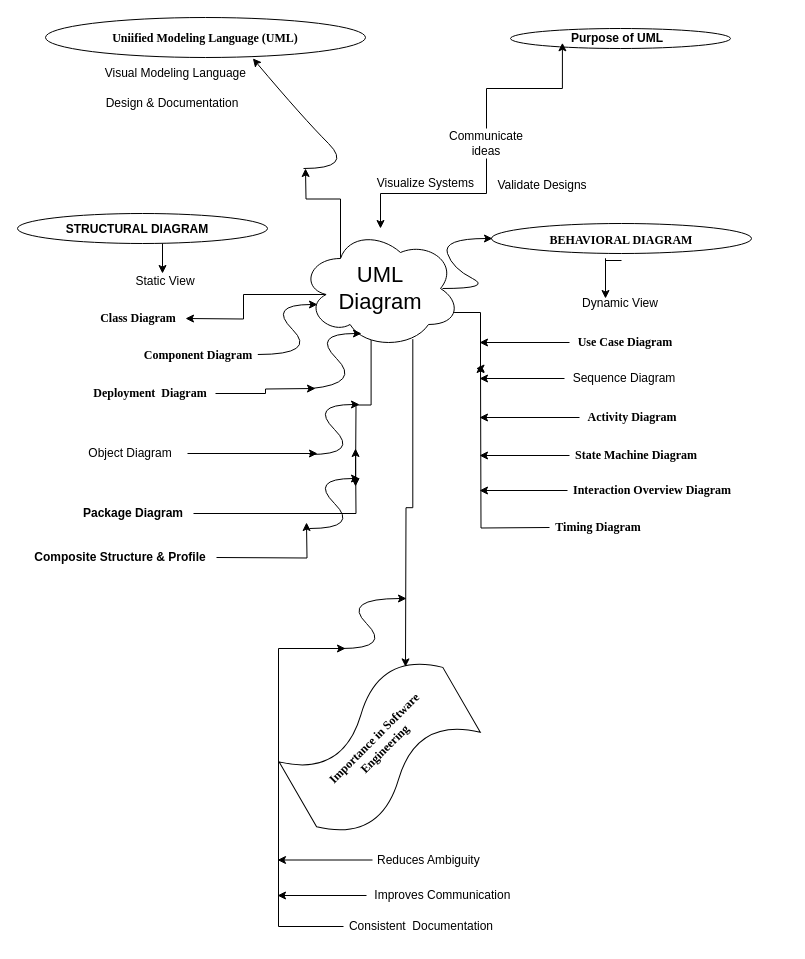
RareGemAF/training keeps this draw.io diagram as UMI MIND MAP.drawio. Above is the earlier version. Source tidied: cells renumbered, new cells numbered last; positions are measured from the earlier drawing's top-left corner, leaving out a move shared by most shapes. Both pictures are drawn from the tidied source at 100%, with x=0, y=0 at pixel (17, 17).
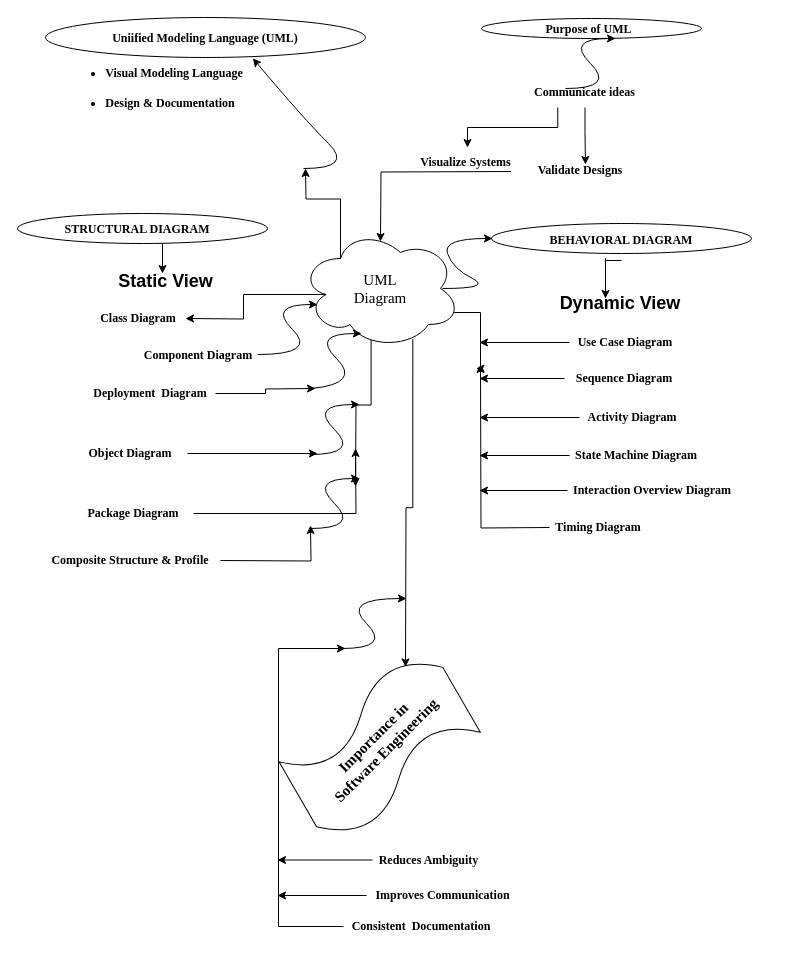
Above is the later version.

Diff of the diagram source:
```diff
@@
-<mxGraphModel>
+<mxGraphModel background="light-dark(#FFFFFF,#99004D)">
@@
     <mxCell id="6" style="ellipse;whiteSpace=wrap;html=1;" parent="1" vertex="1">
-      <mxGeometry x="493" y="11" width="220" height="20" as="geometry" />
+      <mxGeometry x="464" y="1" width="220" height="20" as="geometry" />
     </mxCell>
@@
-    <mxCell id="13" value="&lt;font style=&quot;font-size: 22px; color: light-dark(rgb(0, 0, 0), rgb(255, 102, 102));&quot;&gt;UML&lt;/font&gt;&lt;div&gt;&lt;font style=&quot;font-size: 22px; color: light-dark(rgb(0, 0, 0), rgb(255, 102, 102));&quot;&gt;Diagram&lt;/font&gt;&lt;/div&gt;" style="ellipse;shape=cloud;whiteSpace=wrap;html=1;" parent="1" vertex="1">
+    <mxCell id="13" value="&lt;font style=&quot;color: light-dark(rgb(0, 0, 0), rgb(255, 255, 255));&quot;&gt;UML&lt;/font&gt;&lt;div&gt;&lt;font style=&quot;color: light-dark(rgb(0, 0, 0), rgb(255, 255, 255));&quot;&gt;Diagram&lt;/font&gt;&lt;/div&gt;" style="ellipse;shape=cloud;whiteSpace=wrap;html=1;fontSize=15;fontFamily=Times New Roman;" parent="1" vertex="1">
       <mxGeometry x="283" y="211" width="160" height="120" as="geometry" />
     </mxCell>
-    <mxCell id="14" value="Purpose of UML" style="text;html=1;whiteSpace=wrap;strokeColor=none;fillColor=none;align=center;verticalAlign=middle;rounded=0;fontSize=12;fontStyle=1;fontColor=light-dark(#000000,#FF6666);" parent="1" vertex="1">
-      <mxGeometry x="430" y="11" width="340" height="20" as="geometry" />
+    <mxCell id="14" value="Purpose of UML" style="text;html=1;whiteSpace=wrap;strokeColor=none;fillColor=none;align=center;verticalAlign=middle;rounded=0;fontSize=12;fontStyle=1;fontColor=light-dark(#000000,#FFFFFF);fontFamily=Times New Roman;" parent="1" vertex="1">
+      <mxGeometry x="513" y="2" width="117" height="20" as="geometry" />
     </mxCell>
-    <mxCell id="15" style="edgeStyle=orthogonalEdgeStyle;rounded=0;jettySize=auto;html=1;exitX=0.5;exitY=1;exitDx=0;exitDy=0;" parent="1" edge="1" source="16" target="13">
-      <mxGeometry relative="1" as="geometry" />
+    <mxCell id="15" style="edgeStyle=orthogonalEdgeStyle;rounded=0;orthogonalLoop=1;jettySize=auto;html=1;exitX=0.5;exitY=1;exitDx=0;exitDy=0;" parent="1" edge="1">
+      <mxGeometry relative="1" as="geometry">
+        <mxPoint x="493.5" y="154" as="sourcePoint" />
+        <mxPoint x="363" y="224" as="targetPoint" />
+      </mxGeometry>
     </mxCell>
+    <mxCell id="64" style="edgeStyle=orthogonalEdgeStyle;rounded=0;jettySize=auto;html=1;exitX=0.25;exitY=1;exitDx=0;exitDy=0;" parent="1" edge="1" source="16" target="18">
+      <mxGeometry relative="1" as="geometry" />
+    </mxCell>
-    <mxCell id="16" value="Communicate ideas" style="text;html=1;whiteSpace=wrap;strokeColor=none;fillColor=none;align=center;verticalAlign=middle;rounded=0;" parent="1" vertex="1">
-      <mxGeometry x="439" y="111" width="60" height="30" as="geometry" />
+    <mxCell id="16" value="Communicate ideas" style="text;html=1;whiteSpace=wrap;strokeColor=none;fillColor=none;align=center;verticalAlign=middle;rounded=0;fontStyle=1;fontFamily=Times New Roman;" parent="1" vertex="1">
+      <mxGeometry x="513" y="60" width="109" height="30" as="geometry" />
     </mxCell>
-    <mxCell id="17" style="edgeStyle=orthogonalEdgeStyle;rounded=0;jettySize=auto;html=1;exitX=0.5;exitY=0;exitDx=0;exitDy=0;entryX=0.338;entryY=0.714;entryDx=0;entryDy=0;entryPerimeter=0;" parent="1" edge="1" source="16" target="14">
-      <mxGeometry relative="1" as="geometry" />
-    </mxCell>
-    <mxCell id="18" value="Visualize Systems&amp;nbsp;" style="text;html=1;whiteSpace=wrap;strokeColor=none;fillColor=none;align=center;verticalAlign=middle;rounded=0;" parent="1" vertex="1">
-      <mxGeometry x="345" y="151" width="130" height="30" as="geometry" />
+    <mxCell id="18" value="Visualize Systems&amp;nbsp;" style="text;html=1;whiteSpace=wrap;strokeColor=none;fillColor=none;align=center;verticalAlign=middle;rounded=0;fontStyle=1;fontFamily=Times New Roman;" parent="1" vertex="1">
+      <mxGeometry x="385" y="130" width="130" height="30" as="geometry" />
     </mxCell>
-    <mxCell id="19" value="Validate Designs" style="text;html=1;whiteSpace=wrap;strokeColor=none;fillColor=none;align=center;verticalAlign=middle;rounded=0;" parent="1" vertex="1">
-      <mxGeometry x="460" y="153" width="130" height="30" as="geometry" />
+    <mxCell id="19" value="Validate Designs" style="text;html=1;whiteSpace=wrap;strokeColor=none;fillColor=none;align=center;verticalAlign=middle;rounded=0;fontStyle=1;fontFamily=Times New Roman;" parent="1" vertex="1">
+      <mxGeometry x="498" y="138" width="130" height="30" as="geometry" />
     </mxCell>
@@
-    <mxCell id="21" value="BEHAVIORAL DIAGRAM" style="text;html=1;whiteSpace=wrap;strokeColor=none;fillColor=none;align=center;verticalAlign=middle;rounded=0;fontSize=12;fontFamily=Times New Roman;fontStyle=1;fontColor=light-dark(#000000,#FF6666);" parent="1" vertex="1">
+    <mxCell id="21" value="BEHAVIORAL DIAGRAM" style="text;html=1;whiteSpace=wrap;strokeColor=none;fillColor=none;align=center;verticalAlign=middle;rounded=0;fontSize=12;fontFamily=Times New Roman;fontStyle=1;fontColor=light-dark(#000000,#FFFFFF);" parent="1" vertex="1">
       <mxGeometry x="514" y="203" width="180" height="40" as="geometry" />
     </mxCell>
-    <mxCell id="22" value="Dynamic View" style="text;html=1;whiteSpace=wrap;strokeColor=none;fillColor=none;align=center;verticalAlign=middle;rounded=0;fontColor=light-dark(#000000,#00CC00);" parent="1" vertex="1">
-      <mxGeometry x="558" y="271" width="90" height="30" as="geometry" />
+    <mxCell id="22" value="Dynamic View" style="text;html=1;whiteSpace=wrap;strokeColor=none;fillColor=none;align=center;verticalAlign=middle;rounded=0;fontColor=light-dark(#000000,#000000);fontSize=18;fontStyle=1;" parent="1" vertex="1">
+      <mxGeometry x="540" y="271" width="126" height="30" as="geometry" />
     </mxCell>
@@
-    <mxCell id="26" value="Sequence Diagram" style="text;html=1;whiteSpace=wrap;strokeColor=none;fillColor=none;align=center;verticalAlign=middle;rounded=0;" parent="1" vertex="1">
+    <mxCell id="26" value="Sequence Diagram" style="text;html=1;whiteSpace=wrap;strokeColor=none;fillColor=none;align=center;verticalAlign=middle;rounded=0;fontFamily=Times New Roman;fontStyle=1;" parent="1" vertex="1">
       <mxGeometry x="547" y="346" width="120" height="30" as="geometry" />
     </mxCell>
@@
-    <mxCell id="35" value="Importance in Software Engineering" style="text;html=1;whiteSpace=wrap;strokeColor=none;fillColor=none;align=center;verticalAlign=middle;rounded=0;fontStyle=1;fontFamily=Times New Roman;fontColor=light-dark(#000000,#FF6666);fontSize=12;rotation=-45;" parent="1" vertex="1">
+    <mxCell id="35" value="Importance in Software Engineering" style="text;html=1;whiteSpace=wrap;strokeColor=none;fillColor=none;align=center;verticalAlign=middle;rounded=0;fontStyle=1;fontFamily=Times New Roman;fontColor=light-dark(#000000,#FFFFFF);fontSize=15;rotation=-45;" parent="1" vertex="1">
       <mxGeometry x="287.2" y="711" width="150" height="30" as="geometry" />
     </mxCell>
@@
-    <mxCell id="37" value="Reduces Ambiguity&amp;nbsp;" style="text;html=1;whiteSpace=wrap;strokeColor=none;fillColor=none;align=center;verticalAlign=middle;rounded=0;" parent="1" vertex="1">
+    <mxCell id="37" value="Reduces Ambiguity&amp;nbsp;" style="text;html=1;whiteSpace=wrap;strokeColor=none;fillColor=none;align=center;verticalAlign=middle;rounded=0;fontStyle=1;fontFamily=Times New Roman;" parent="1" vertex="1">
       <mxGeometry x="353" y="828" width="120" height="30" as="geometry" />
     </mxCell>
@@
-    <mxCell id="39" value="Improves Communication&amp;nbsp;" style="text;html=1;whiteSpace=wrap;strokeColor=none;fillColor=none;align=center;verticalAlign=middle;rounded=0;" parent="1" vertex="1">
+    <mxCell id="39" value="Improves Communication&amp;nbsp;" style="text;html=1;whiteSpace=wrap;strokeColor=none;fillColor=none;align=center;verticalAlign=middle;rounded=0;fontStyle=1;fontFamily=Times New Roman;" parent="1" vertex="1">
       <mxGeometry x="347" y="863" width="160" height="30" as="geometry" />
     </mxCell>
@@
-    <mxCell id="41" value="Consistent&amp;nbsp; Documentation" style="text;html=1;whiteSpace=wrap;strokeColor=none;fillColor=none;align=center;verticalAlign=middle;rounded=0;" parent="1" vertex="1">
+    <mxCell id="41" value="Consistent&amp;nbsp; Documentation" style="text;html=1;whiteSpace=wrap;strokeColor=none;fillColor=none;align=center;verticalAlign=middle;rounded=0;fontStyle=1;fontFamily=Times New Roman;" parent="1" vertex="1">
       <mxGeometry x="329" y="894" width="150" height="30" as="geometry" />
     </mxCell>
@@
-    <mxCell id="43" value="Uniified Modeling Language (UML)" style="text;html=1;whiteSpace=wrap;strokeColor=none;fillColor=none;align=center;verticalAlign=middle;rounded=0;fontStyle=1;fontFamily=Times New Roman;fontSize=12;fontColor=light-dark(#000000,#FF6666);" parent="1" vertex="1">
+    <mxCell id="43" value="Uniified Modeling Language (UML)" style="text;html=1;whiteSpace=wrap;strokeColor=none;fillColor=none;align=center;verticalAlign=middle;rounded=0;fontStyle=1;fontFamily=Times New Roman;fontSize=12;fontColor=light-dark(#000000,#FFFFFF);" parent="1" vertex="1">
       <mxGeometry x="63" y="6" width="250" height="30" as="geometry" />
     </mxCell>
-    <mxCell id="44" value="Visual Modeling Language&amp;nbsp;" style="text;html=1;whiteSpace=wrap;strokeColor=none;fillColor=none;align=center;verticalAlign=middle;rounded=0;" parent="1" vertex="1">
-      <mxGeometry x="85" y="41" width="150" height="30" as="geometry" />
+    <mxCell id="44" value="&lt;ul&gt;&lt;li&gt;&lt;span style=&quot;background-color: transparent; color: light-dark(rgb(0, 0, 0), rgb(255, 255, 255));&quot;&gt;Visual Modeling Language&amp;nbsp;&lt;/span&gt;&lt;/li&gt;&lt;/ul&gt;" style="text;html=1;whiteSpace=wrap;strokeColor=none;fillColor=none;align=center;verticalAlign=middle;rounded=0;fontFamily=Times New Roman;fontStyle=1;" parent="1" vertex="1">
+      <mxGeometry x="42" y="41" width="193" height="30" as="geometry" />
     </mxCell>
-    <mxCell id="45" value="Design &amp;amp; Documentation" style="text;html=1;whiteSpace=wrap;strokeColor=none;fillColor=none;align=center;verticalAlign=middle;rounded=0;" parent="1" vertex="1">
-      <mxGeometry x="70" y="71" width="170" height="30" as="geometry" />
+    <mxCell id="45" value="&lt;ul&gt;&lt;li&gt;Design &amp;amp; Documentation&lt;/li&gt;&lt;/ul&gt;" style="text;html=1;whiteSpace=wrap;strokeColor=none;fillColor=none;align=center;verticalAlign=middle;rounded=0;fontStyle=1;fontFamily=Times New Roman;" parent="1" vertex="1">
+      <mxGeometry x="26" y="71" width="214" height="30" as="geometry" />
     </mxCell>
@@
-    <mxCell id="47" value="STRUCTURAL DIAGRAM" style="text;html=1;whiteSpace=wrap;strokeColor=none;fillColor=none;align=center;verticalAlign=middle;rounded=0;fontStyle=1;fontColor=light-dark(#000000,#FF6666);" parent="1" vertex="1">
+    <mxCell id="47" value="STRUCTURAL DIAGRAM" style="text;html=1;whiteSpace=wrap;strokeColor=none;fillColor=none;align=center;verticalAlign=middle;rounded=0;fontStyle=1;fontColor=light-dark(#000000,#FFFFFF);fontFamily=Times New Roman;" parent="1" vertex="1">
       <mxGeometry x="40" y="197" width="160" height="30" as="geometry" />
     </mxCell>
-    <mxCell id="48" value="Static View" style="text;html=1;whiteSpace=wrap;strokeColor=none;fillColor=none;align=center;verticalAlign=middle;rounded=0;fontColor=light-dark(#000000,#00CC00);" parent="1" vertex="1">
-      <mxGeometry x="113" y="249" width="70" height="30" as="geometry" />
+    <mxCell id="48" value="Static View" style="text;html=1;whiteSpace=wrap;strokeColor=none;fillColor=none;align=center;verticalAlign=middle;rounded=0;fontColor=light-dark(#000000,#000000);fontSize=18;fontStyle=1;" parent="1" vertex="1">
+      <mxGeometry x="98" y="249" width="101" height="30" as="geometry" />
     </mxCell>
@@
-    <mxCell id="59" value="Object Diagram" style="text;html=1;whiteSpace=wrap;strokeColor=none;fillColor=none;align=center;verticalAlign=middle;rounded=0;" parent="1" vertex="1">
+    <mxCell id="59" value="Object Diagram" style="text;html=1;whiteSpace=wrap;strokeColor=none;fillColor=none;align=center;verticalAlign=middle;rounded=0;fontStyle=1;fontFamily=Times New Roman;" parent="1" vertex="1">
       <mxGeometry x="68" y="421" width="90" height="30" as="geometry" />
     </mxCell>
@@
-    <mxCell id="61" value="Package Diagram" style="text;html=1;whiteSpace=wrap;strokeColor=none;fillColor=none;align=center;verticalAlign=middle;rounded=0;fontStyle=1;" parent="1" vertex="1">
+    <mxCell id="61" value="Package Diagram" style="text;html=1;whiteSpace=wrap;strokeColor=none;fillColor=none;align=center;verticalAlign=middle;rounded=0;fontStyle=1;fontFamily=Times New Roman;" parent="1" vertex="1">
       <mxGeometry x="56" y="481" width="120" height="30" as="geometry" />
     </mxCell>
     <mxCell id="62" style="edgeStyle=orthogonalEdgeStyle;rounded=0;orthogonalLoop=1;jettySize=auto;html=1;exitX=1;exitY=0.5;exitDx=0;exitDy=0;" parent="1" edge="1">
       <mxGeometry relative="1" as="geometry">
-        <mxPoint x="199" y="540" as="sourcePoint" />
-        <mxPoint x="289" y="505" as="targetPoint" />
+        <mxPoint x="203" y="543" as="sourcePoint" />
+        <mxPoint x="293" y="508" as="targetPoint" />
       </mxGeometry>
     </mxCell>
-    <mxCell id="63" value="Composite Structure &amp;amp; Profile" style="text;html=1;whiteSpace=wrap;strokeColor=none;fillColor=none;align=center;verticalAlign=middle;rounded=0;fontStyle=1;" parent="1" vertex="1">
-      <mxGeometry x="8" y="525" width="190" height="30" as="geometry" />
+    <mxCell id="63" value="Composite Structure &amp;amp; Profile" style="text;html=1;whiteSpace=wrap;strokeColor=none;fillColor=none;align=center;verticalAlign=middle;rounded=0;fontStyle=1;fontFamily=Times New Roman;" parent="1" vertex="1">
+      <mxGeometry x="18" y="528" width="190" height="30" as="geometry" />
     </mxCell>
+    <mxCell id="65" style="edgeStyle=orthogonalEdgeStyle;rounded=0;jettySize=auto;html=1;exitX=0.5;exitY=1;exitDx=0;exitDy=0;entryX=0.538;entryY=0.3;entryDx=0;entryDy=0;entryPerimeter=0;" parent="1" edge="1" source="16" target="19">
+      <mxGeometry relative="1" as="geometry" />
+    </mxCell>
+    <mxCell id="66" style="curved=1;endArrow=classic;html=1;rounded=0;" parent="1" edge="1">
+      <mxGeometry relative="1" as="geometry">
+        <mxPoint x="548" y="71" as="sourcePoint" />
+        <mxPoint x="598" y="21" as="targetPoint" />
+        <Array as="points">
+          <mxPoint x="598" y="71" />
+          <mxPoint x="548" y="21" />
+        </Array>
+      </mxGeometry>
+    </mxCell>
```
